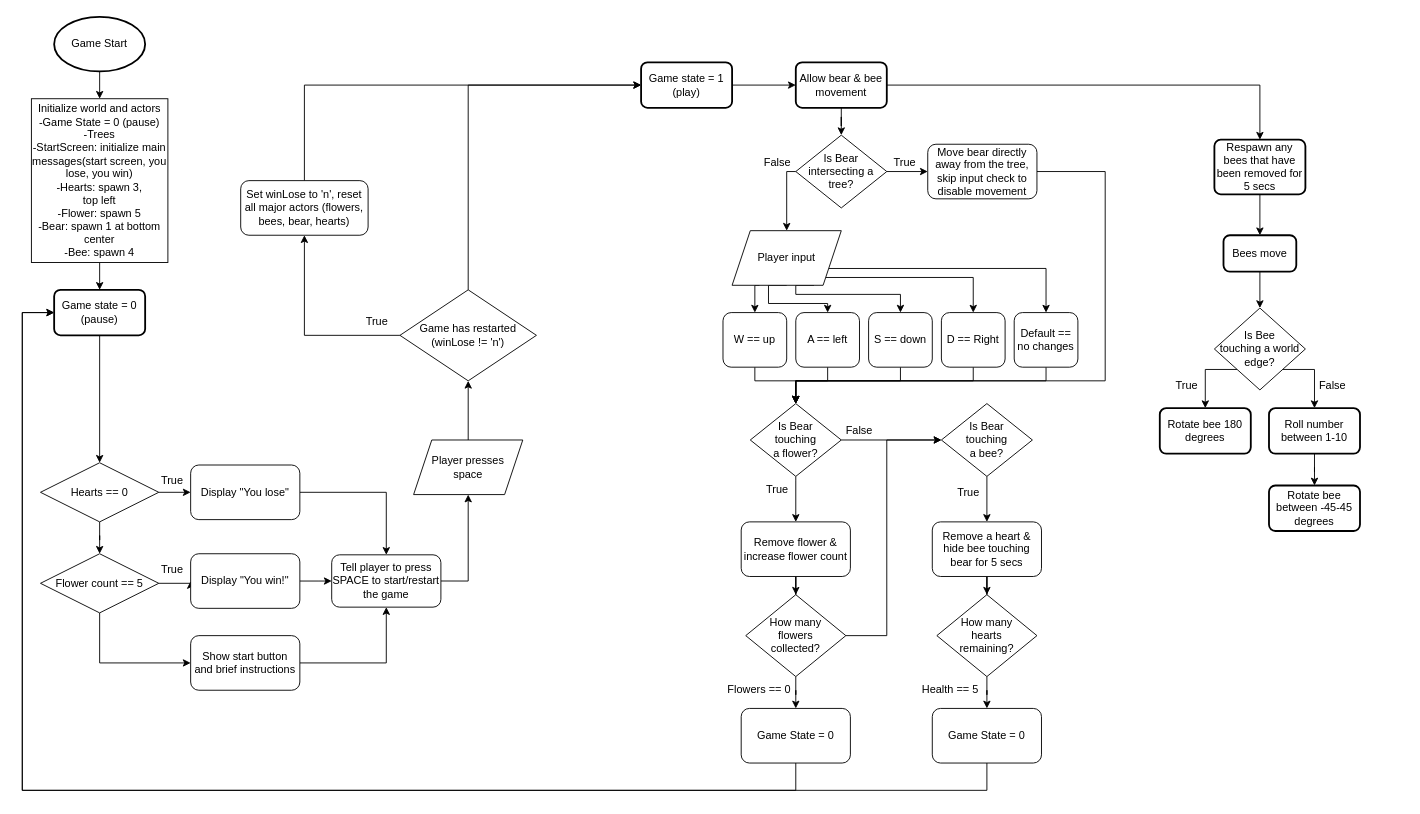
Before: Bear-Quet Flowchart.drawio in SFens4984/CSC170, a draw.io diagram. Source tidied: cells renumbered, new cells numbered last; positions are measured from the earlier drawing's top-left corner, leaving out a move shared by most shapes. Both pictures are drawn from the tidied source at 91%, with x=0, y=0 at pixel (22, 16).
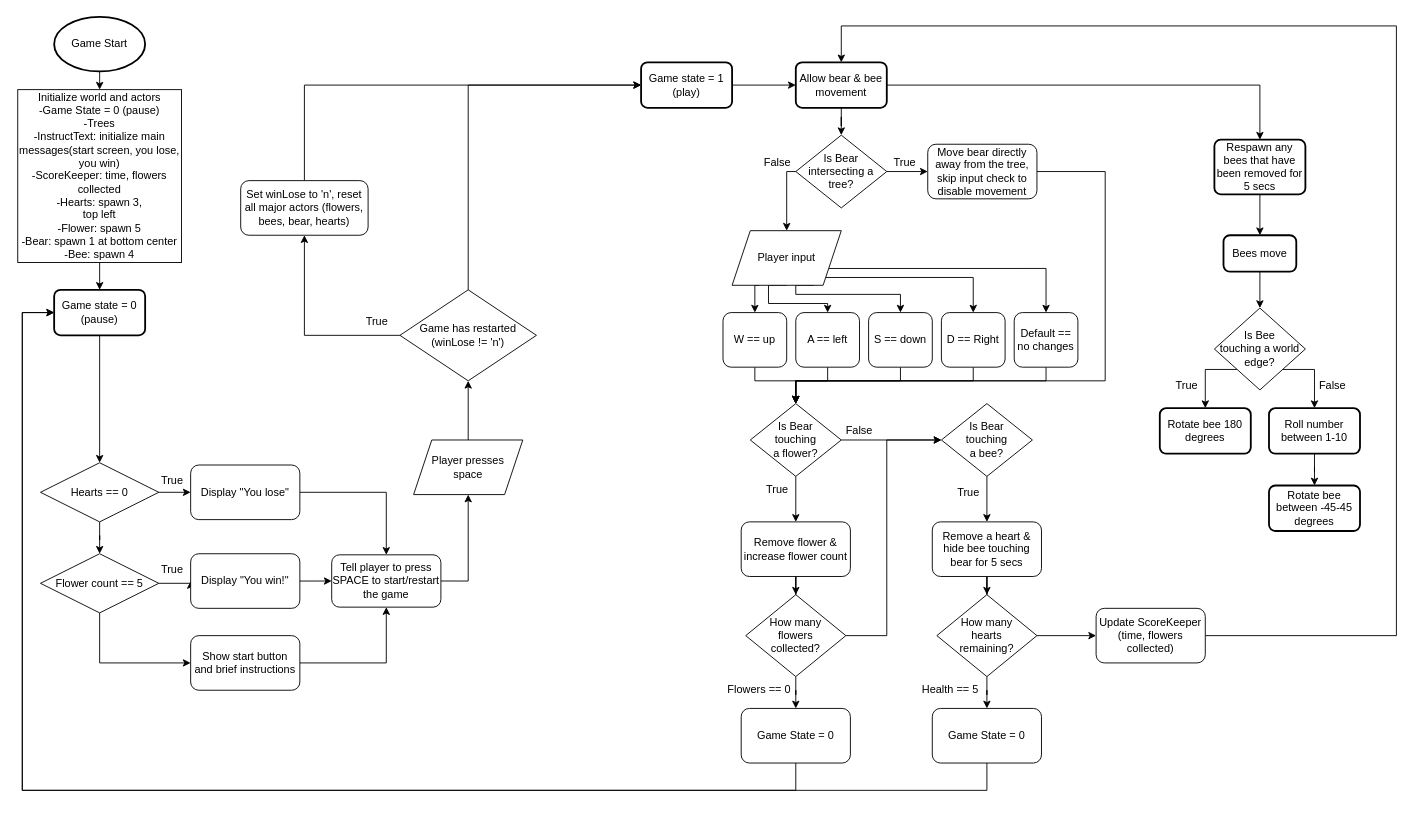
The same diagram, later.

The change refers to these unchanged cells:
```xml
<mxCell id="51" value="How&amp;nbsp;&lt;span style=&quot;background-color: transparent; color: light-dark(rgb(0, 0, 0), rgb(255, 255, 255));&quot;&gt;many&lt;/span&gt;&lt;div&gt;hearts&lt;/div&gt;&lt;div&gt;remaining?&lt;/div&gt;" style="rhombus;whiteSpace=wrap;html=1;rounded=0;" parent="1" vertex="1">
  <mxGeometry x="1005" y="635" width="110" height="90" as="geometry" />
</mxCell>
<mxCell id="81" value="Allow bear &amp;amp; bee movement" style="rounded=1;whiteSpace=wrap;html=1;absoluteArcSize=1;arcSize=14;strokeWidth=2;" parent="1" vertex="1">
  <mxGeometry x="850" y="50" width="100" height="50" as="geometry" />
</mxCell>
```

The edit, as a diff of the source:
```diff
@@
-    <mxCell id="22" value="Initialize world and actors&lt;div&gt;-Game State = 0 (pause)&lt;/div&gt;&lt;div&gt;-Trees&lt;/div&gt;&lt;div&gt;-StartScreen: initialize main messages(start screen, you lose, you win)&lt;/div&gt;&lt;div&gt;-Hearts: spawn 3,&lt;/div&gt;&lt;div&gt;top left&lt;/div&gt;&lt;div&gt;-Flower: spawn 5&lt;/div&gt;&lt;div&gt;-Bear: spawn 1 at bottom center&lt;/div&gt;&lt;div&gt;-Bee: spawn 4&lt;/div&gt;" style="rounded=0;whiteSpace=wrap;html=1;" parent="1" vertex="1">
-      <mxGeometry x="10" y="90" width="150" height="180" as="geometry" />
+    <mxCell id="22" value="Initialize world and actors&lt;div&gt;-Game State = 0 (pause)&lt;/div&gt;&lt;div&gt;-Trees&lt;/div&gt;&lt;div&gt;-InstructText: initialize main messages(start screen, you lose, you win)&lt;/div&gt;&lt;div&gt;-ScoreKeeper: time, flowers collected&lt;/div&gt;&lt;div&gt;-Hearts: spawn 3,&lt;/div&gt;&lt;div&gt;top left&lt;/div&gt;&lt;div&gt;-Flower: spawn 5&lt;/div&gt;&lt;div&gt;-Bear: spawn 1 at bottom center&lt;/div&gt;&lt;div&gt;-Bee: spawn 4&lt;/div&gt;" style="rounded=0;whiteSpace=wrap;html=1;" parent="1" vertex="1">
+      <mxGeometry x="-5" y="80" width="180" height="190" as="geometry" />
     </mxCell>
@@
+    <mxCell id="96" style="edgeStyle=orthogonalEdgeStyle;rounded=0;jettySize=auto;html=1;exitX=1;exitY=0.5;exitDx=0;exitDy=0;entryX=0;entryY=0.5;entryDx=0;entryDy=0;" parent="1" edge="1" source="51" target="98">
+      <mxGeometry relative="1" as="geometry" />
+    </mxCell>
@@
+    <mxCell id="97" style="edgeStyle=orthogonalEdgeStyle;rounded=0;jettySize=auto;html=1;exitX=1;exitY=0.5;exitDx=0;exitDy=0;entryX=0.5;entryY=0;entryDx=0;entryDy=0;" parent="1" edge="1" source="98" target="81">
+      <mxGeometry relative="1" as="geometry">
+        <Array as="points">
+          <mxPoint x="1510" y="680" />
+          <mxPoint x="1510" y="10" />
+          <mxPoint x="900" y="10" />
+        </Array>
+      </mxGeometry>
+    </mxCell>
+    <mxCell id="98" value="Update ScoreKeeper (time, flowers collected)" style="rounded=1;whiteSpace=wrap;html=1;" parent="1" vertex="1">
+      <mxGeometry x="1180" y="650" width="120" height="60" as="geometry" />
+    </mxCell>
```
